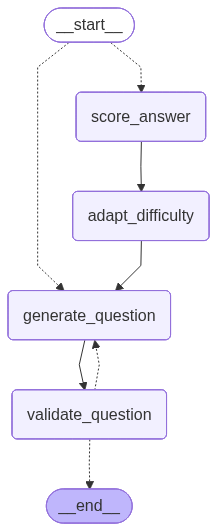
Before: backend/langgraph.png, a diagram exported from Mermaid (Janakrish1/MIA-MockInterviewAgent). Its source is kept beside it as backend/langgraph.mmd. The source it was exported from:
```mermaid
---
config:
  flowchart:
    curve: linear
---
graph TD;
	__start__([<p>__start__</p>]):::first
	generate_question(generate_question)
	validate_question(validate_question)
	score_answer(score_answer)
	adapt_difficulty(adapt_difficulty)
	__end__([<p>__end__</p>]):::last
	__start__ -.-> generate_question;
	__start__ -.-> score_answer;
	adapt_difficulty --> generate_question;
	generate_question --> validate_question;
	score_answer --> adapt_difficulty;
	validate_question -.-> __end__;
	validate_question -.-> generate_question;
	classDef default fill:#f2f0ff,line-height:1.2
	classDef first fill-opacity:0
	classDef last fill:#bfb6fc
```
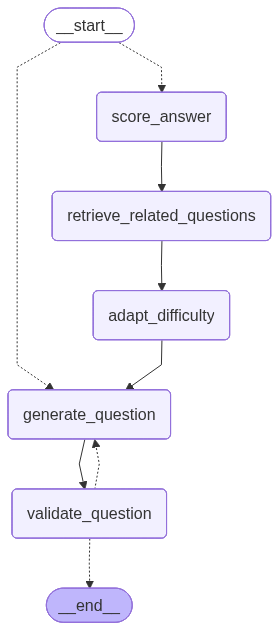
After the change.

What changed in the source:
```diff
@@ -8,13 +8,15 @@
 	generate_question(generate_question)
 	validate_question(validate_question)
 	score_answer(score_answer)
+	retrieve_related_questions(retrieve_related_questions)
 	adapt_difficulty(adapt_difficulty)
 	__end__([<p>__end__</p>]):::last
 	__start__ -.-> generate_question;
 	__start__ -.-> score_answer;
 	adapt_difficulty --> generate_question;
 	generate_question --> validate_question;
-	score_answer --> adapt_difficulty;
+	retrieve_related_questions --> adapt_difficulty;
+	score_answer --> retrieve_related_questions;
 	validate_question -.-> __end__;
 	validate_question -.-> generate_question;
 	classDef default fill:#f2f0ff,line-height:1.2
```
